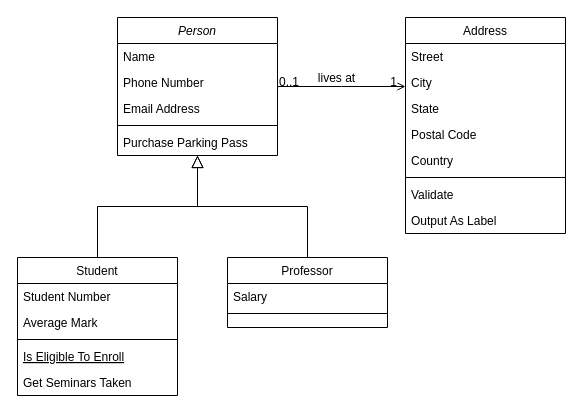
TDung1807/Mini-Project-In-Python keeps this draw.io diagram as Untitled Diagram.drawio. Above is the earlier version. Source tidied: cells renumbered, new cells numbered last; positions are measured from the earlier drawing's top-left corner, leaving out a move shared by most shapes. Both pictures are drawn from the tidied source at 100%, with x=0, y=0 at pixel (17, 17).
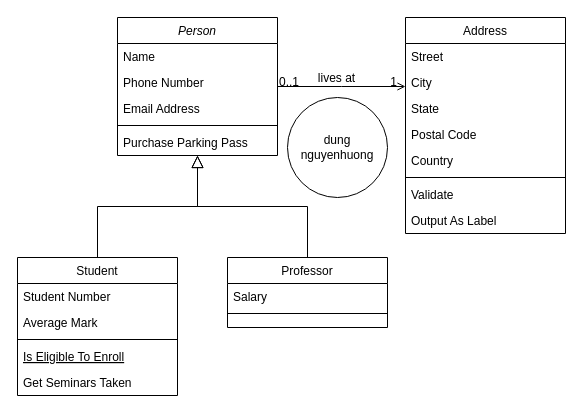
The same diagram, later.

What changed in the source:
```diff
@@
+    <mxCell id="32" value="dung nguyenhuong" style="ellipse;whiteSpace=wrap;html=1;" parent="1" vertex="1">
+      <mxGeometry x="270" y="80" width="100" height="100" as="geometry" />
+    </mxCell>
```
